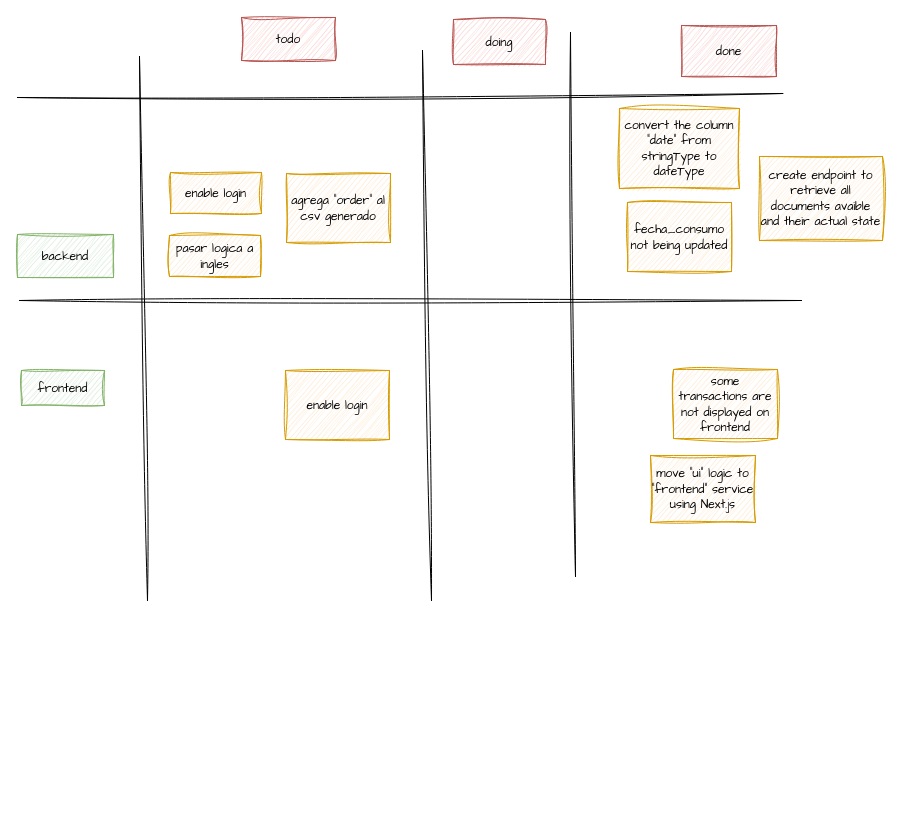
Earlier version of the draw.io diagram scrum.dio (josueelias9/improving-BCP-organizate). Source tidied: cells renumbered, new cells numbered last; positions are measured from the earlier drawing's top-left corner, leaving out a move shared by most shapes. Both pictures are drawn from the tidied source at 100%, with x=0, y=0 at pixel (17, 17).
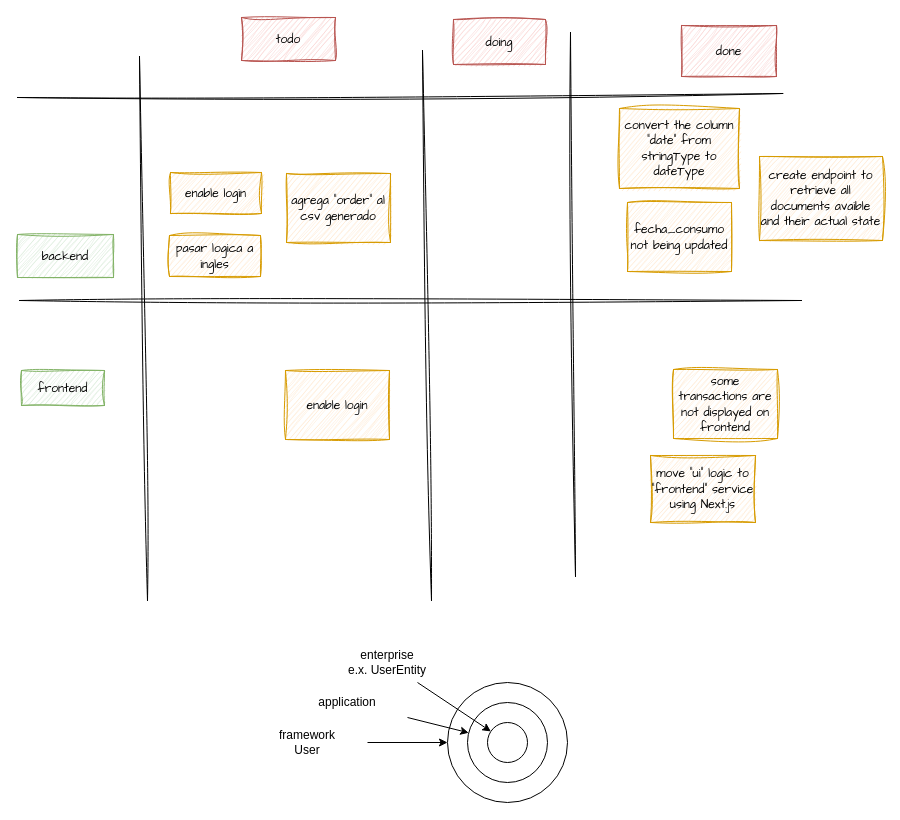
The same page after the edit.

Diff of the diagram source:
```diff
@@
+    <mxCell id="21" style="ellipse;whiteSpace=wrap;html=1;" parent="1" vertex="1">
+      <mxGeometry x="430" y="665" width="120" height="120" as="geometry" />
+    </mxCell>
+    <mxCell id="22" style="ellipse;whiteSpace=wrap;html=1;" parent="1" vertex="1">
+      <mxGeometry x="450" y="685" width="80" height="80" as="geometry" />
+    </mxCell>
@@
+    <mxCell id="23" style="edgeStyle=none;html=1;" parent="1" edge="1" source="24" target="22">
+      <mxGeometry relative="1" as="geometry" />
+    </mxCell>
+    <mxCell id="24" value="application" style="text;html=1;align=center;verticalAlign=middle;whiteSpace=wrap;rounded=0;" parent="1" vertex="1">
+      <mxGeometry x="270" y="665" width="120" height="40" as="geometry" />
+    </mxCell>
+    <mxCell id="25" value="framework&lt;div&gt;User&lt;/div&gt;" style="text;html=1;align=center;verticalAlign=middle;whiteSpace=wrap;rounded=0;" parent="1" vertex="1">
+      <mxGeometry x="230" y="705" width="120" height="40" as="geometry" />
+    </mxCell>
+    <mxCell id="26" style="ellipse;whiteSpace=wrap;html=1;" parent="1" vertex="1">
+      <mxGeometry x="470" y="705" width="40" height="40" as="geometry" />
+    </mxCell>
+    <mxCell id="27" style="edgeStyle=none;html=1;" parent="1" edge="1" source="28" target="26">
+      <mxGeometry relative="1" as="geometry" />
+    </mxCell>
+    <mxCell id="28" value="enterprise&lt;div&gt;e.x. UserEntity&lt;/div&gt;" style="text;html=1;align=center;verticalAlign=middle;whiteSpace=wrap;rounded=0;" parent="1" vertex="1">
+      <mxGeometry x="310" y="625" width="120" height="40" as="geometry" />
+    </mxCell>
+    <mxCell id="29" style="edgeStyle=none;html=1;" parent="1" edge="1" source="25" target="21">
+      <mxGeometry relative="1" as="geometry" />
+    </mxCell>
```
